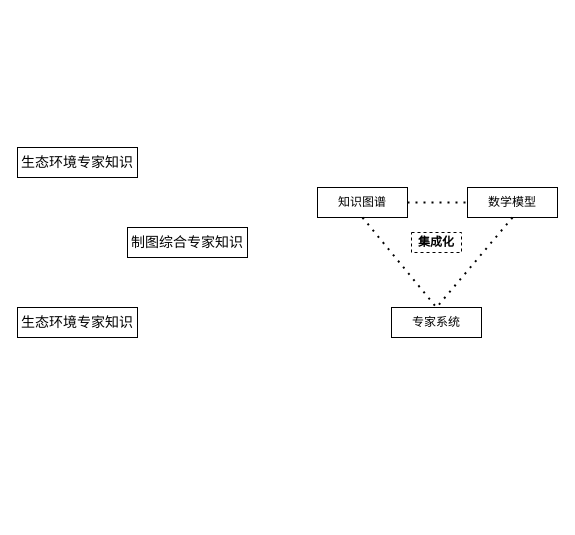
Before: KG CG.drawio in huxinkan517/DRAW.IO, a draw.io diagram. Source tidied: cells renumbered, new cells numbered last; positions are measured from the earlier drawing's top-left corner, leaving out a move shared by most shapes. Both pictures are drawn from the tidied source at 100%, with x=0, y=0 at pixel (17, 147).
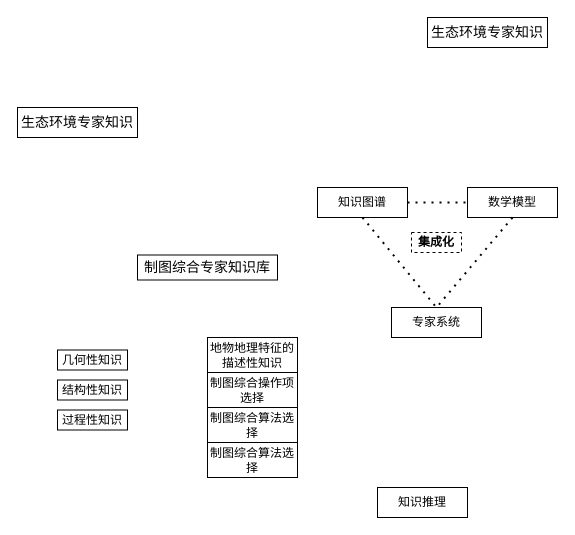
The same page after the edit.

The edit, as a diff of the source:
```diff
@@
 <mxGraphModel>
   <root>
     <mxCell id="0" />
     <mxCell id="1" parent="0" />
     <mxCell id="2" value="知识图谱" style="rounded=0;whiteSpace=wrap;html=1;" parent="1" vertex="1">
       <mxGeometry x="300" y="40" width="90" height="30" as="geometry" />
     </mxCell>
     <mxCell id="3" value="数学模型" style="rounded=0;whiteSpace=wrap;html=1;" parent="1" vertex="1">
       <mxGeometry x="450" y="40" width="90" height="30" as="geometry" />
     </mxCell>
     <mxCell id="4" value="专家系统" style="rounded=0;whiteSpace=wrap;html=1;" parent="1" vertex="1">
       <mxGeometry x="374" y="160" width="90" height="30" as="geometry" />
     </mxCell>
     <mxCell id="5" value="&lt;span style=&quot;font-size: 10.5pt&quot;&gt;生态环境专家知识&lt;/span&gt;" style="rounded=0;whiteSpace=wrap;html=1;" parent="1" vertex="1">
-      <mxGeometry y="160" width="120" height="30" as="geometry" />
+      <mxGeometry y="-40" width="120" height="30" as="geometry" />
     </mxCell>
-    <mxCell id="6" value="&lt;span style=&quot;font-size: 10.5pt&quot;&gt;制图综合专家知识&lt;/span&gt;" style="rounded=0;whiteSpace=wrap;html=1;" parent="1" vertex="1">
-      <mxGeometry x="110" y="80" width="120" height="30" as="geometry" />
+    <mxCell id="6" value="&lt;span style=&quot;font-size: 10.5pt&quot;&gt;制图综合专家知识库&lt;/span&gt;" style="rounded=0;whiteSpace=wrap;html=1;" parent="1" vertex="1">
+      <mxGeometry x="120" y="107.5" width="140" height="25" as="geometry" />
     </mxCell>
     <mxCell id="7" value="&lt;b&gt;集成化&lt;/b&gt;" style="text;html=1;strokeColor=default;fillColor=none;align=center;verticalAlign=middle;whiteSpace=wrap;rounded=0;dashed=1;" parent="1" vertex="1">
       <mxGeometry x="394" y="85" width="50" height="20" as="geometry" />
     </mxCell>
     <mxCell id="8" value="&lt;span style=&quot;font-size: 10.5pt&quot;&gt;生态环境专家知识&lt;/span&gt;" style="rounded=0;whiteSpace=wrap;html=1;" parent="1" vertex="1">
-      <mxGeometry width="120" height="30" as="geometry" />
+      <mxGeometry x="410" y="-130" width="120" height="30" as="geometry" />
     </mxCell>
     <mxCell id="9" style="endArrow=none;dashed=1;html=1;dashPattern=1 3;strokeWidth=2;rounded=0;exitX=0.5;exitY=1;exitDx=0;exitDy=0;entryX=0.5;entryY=0;entryDx=0;entryDy=0;" parent="1" edge="1" source="2" target="4">
       <mxGeometry relative="1" as="geometry" />
     </mxCell>
     <mxCell id="10" style="endArrow=none;dashed=1;html=1;dashPattern=1 3;strokeWidth=2;rounded=0;exitX=1;exitY=0.5;exitDx=0;exitDy=0;entryX=0;entryY=0.5;entryDx=0;entryDy=0;" parent="1" edge="1" source="2" target="3">
       <mxGeometry relative="1" as="geometry" />
     </mxCell>
     <mxCell id="11" style="endArrow=none;dashed=1;html=1;dashPattern=1 3;strokeWidth=2;rounded=0;exitX=0.5;exitY=1;exitDx=0;exitDy=0;entryX=0.5;entryY=0;entryDx=0;entryDy=0;" parent="1" edge="1" source="3" target="4">
       <mxGeometry relative="1" as="geometry" />
     </mxCell>
+    <mxCell id="12" value="知识推理" style="rounded=0;whiteSpace=wrap;html=1;" parent="1" vertex="1">
+      <mxGeometry x="360" y="340" width="90" height="30" as="geometry" />
+    </mxCell>
+    <mxCell id="13" value="几何性知识" style="rounded=0;whiteSpace=wrap;html=1;" parent="1" vertex="1">
+      <mxGeometry x="40" y="202.5" width="70" height="20" as="geometry" />
+    </mxCell>
+    <mxCell id="14" value="结构性知识" style="rounded=0;whiteSpace=wrap;html=1;" parent="1" vertex="1">
+      <mxGeometry x="40" y="232.5" width="70" height="20" as="geometry" />
+    </mxCell>
+    <mxCell id="15" value="过程性知识" style="rounded=0;whiteSpace=wrap;html=1;" parent="1" vertex="1">
+      <mxGeometry x="40" y="262.5" width="70" height="20" as="geometry" />
+    </mxCell>
+    <mxCell id="16" value="地物地理特征的描述性知识" style="rounded=0;whiteSpace=wrap;html=1;" parent="1" vertex="1">
+      <mxGeometry x="190" y="190" width="90" height="35" as="geometry" />
+    </mxCell>
+    <mxCell id="17" value="制图综合操作项选择" style="rounded=0;whiteSpace=wrap;html=1;" parent="1" vertex="1">
+      <mxGeometry x="190" y="225" width="90" height="35" as="geometry" />
+    </mxCell>
+    <mxCell id="18" value="制图综合算法选择" style="rounded=0;whiteSpace=wrap;html=1;" parent="1" vertex="1">
+      <mxGeometry x="190" y="260" width="90" height="35" as="geometry" />
+    </mxCell>
+    <mxCell id="19" value="制图综合算法选择" style="rounded=0;whiteSpace=wrap;html=1;" parent="1" vertex="1">
+      <mxGeometry x="190" y="295" width="90" height="35" as="geometry" />
+    </mxCell>
   </root>
 </mxGraphModel>
```
